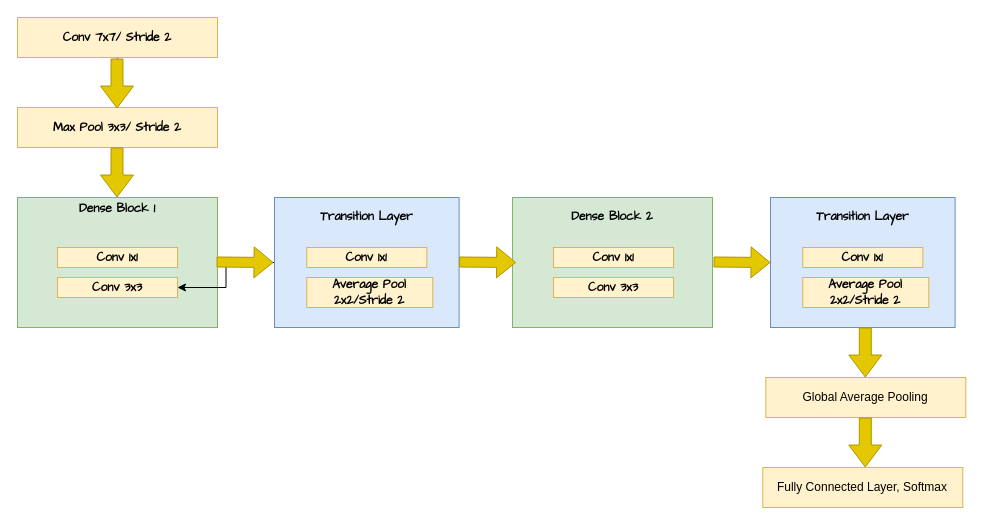
Earlier version of the draw.io diagram Untitled Diagram.drawio (dhrubapuc23/Computer-Vision). Source tidied: cells renumbered, new cells numbered last; positions are measured from the earlier drawing's top-left corner, leaving out a move shared by most shapes. Both pictures are drawn from the tidied source at 100%, with x=0, y=0 at pixel (17, 17).
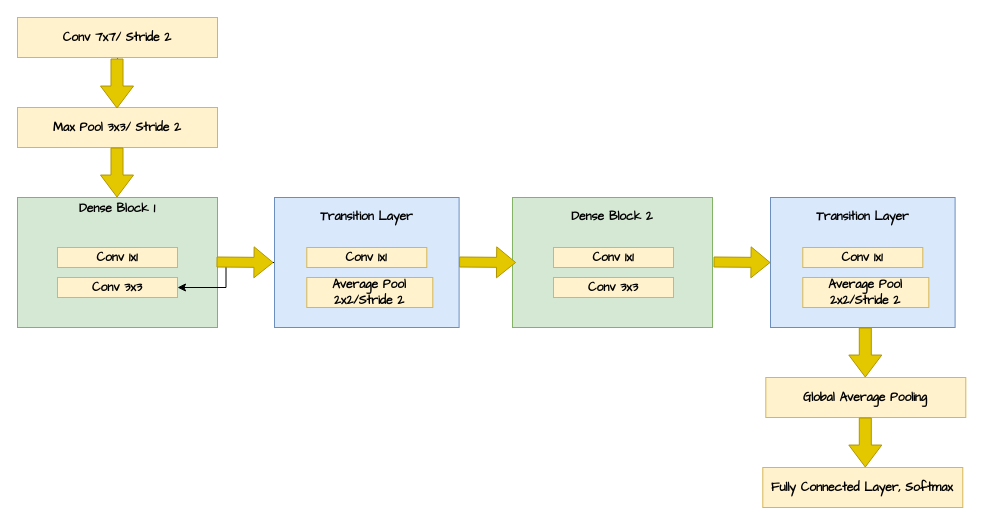
After the change.

The edit, as a diff of the source:
```diff
@@
-    <mxCell id="23" value="Global Average Pooling" style="rounded=0;whiteSpace=wrap;html=1;fillColor=#fff2cc;strokeColor=#d6b656;" parent="1" vertex="1">
+    <mxCell id="23" value="&lt;b&gt;&lt;font face=&quot;Comic Sans MS&quot;&gt;Global Average Pooling&lt;/font&gt;&lt;/b&gt;" style="rounded=0;whiteSpace=wrap;html=1;fillColor=#fff2cc;strokeColor=#d6b656;" parent="1" vertex="1">
       <mxGeometry x="748.3" y="360" width="200" height="40" as="geometry" />
     </mxCell>
-    <mxCell id="24" value="Fully Connected Layer, Softmax" style="rounded=0;whiteSpace=wrap;html=1;fillColor=#fff2cc;strokeColor=#d6b656;" parent="1" vertex="1">
+    <mxCell id="24" value="&lt;b&gt;&lt;font face=&quot;Comic Sans MS&quot;&gt;Fully Connected Layer, Softmax&lt;/font&gt;&lt;/b&gt;" style="rounded=0;whiteSpace=wrap;html=1;fillColor=#fff2cc;strokeColor=#d6b656;" parent="1" vertex="1">
       <mxGeometry x="745.3" y="450" width="200" height="40" as="geometry" />
     </mxCell>
```
